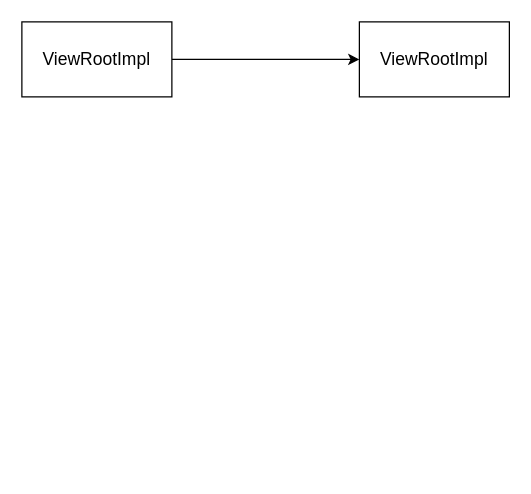
Earlier version of the draw.io diagram TestDiagram.drawio (xianzhu21/draw.io). Source tidied: cells renumbered, new cells numbered last; positions are measured from the earlier drawing's top-left corner, leaving out a move shared by most shapes. Both pictures are drawn from the tidied source at 125%, with x=0, y=0 at pixel (21, 21).
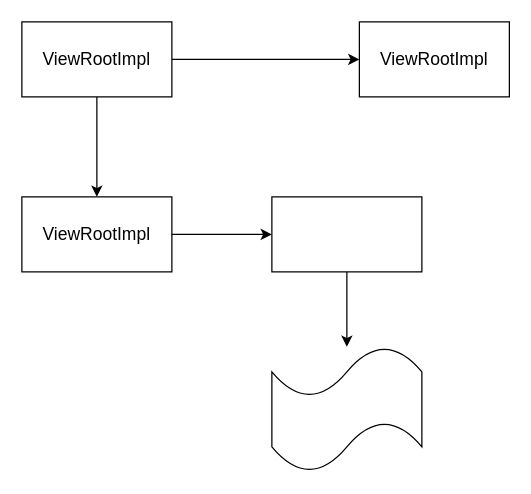
The same page after the edit.

What changed in the source:
```diff
@@
 <mxGraphModel>
   <root>
     <mxCell id="0" />
     <mxCell id="1" parent="0" />
     <mxCell id="2" style="edgeStyle=orthogonalEdgeStyle;rounded=0;jettySize=auto;html=1;" parent="1" edge="1" source="3" target="4">
       <mxGeometry relative="1" as="geometry" />
     </mxCell>
+    <mxCell id="5" style="edgeStyle=orthogonalEdgeStyle;rounded=0;jettySize=auto;html=1;" parent="1" edge="1" source="3" target="7">
+      <mxGeometry relative="1" as="geometry" />
+    </mxCell>
     <mxCell id="3" value="&lt;font style=&quot;font-size: 14px;&quot;&gt;ViewRootImpl&lt;/font&gt;" style="rounded=0;whiteSpace=wrap;html=1;" parent="1" vertex="1">
       <mxGeometry width="120" height="60" as="geometry" />
     </mxCell>
     <mxCell id="4" value="&lt;font style=&quot;font-size: 14px;&quot;&gt;ViewRootImpl&lt;/font&gt;" style="rounded=0;whiteSpace=wrap;html=1;" parent="1" vertex="1">
       <mxGeometry x="270" width="120" height="60" as="geometry" />
     </mxCell>
+    <mxCell id="6" style="edgeStyle=orthogonalEdgeStyle;rounded=0;jettySize=auto;html=1;" parent="1" edge="1" source="7" target="9">
+      <mxGeometry relative="1" as="geometry" />
+    </mxCell>
+    <mxCell id="7" value="&lt;font style=&quot;font-size: 14px;&quot;&gt;ViewRootImpl&lt;/font&gt;" style="rounded=0;whiteSpace=wrap;html=1;" parent="1" vertex="1">
+      <mxGeometry y="140" width="120" height="60" as="geometry" />
+    </mxCell>
+    <mxCell id="8" style="edgeStyle=orthogonalEdgeStyle;rounded=0;jettySize=auto;html=1;" parent="1" edge="1" source="9" target="10">
+      <mxGeometry relative="1" as="geometry" />
+    </mxCell>
+    <mxCell id="9" style="whiteSpace=wrap;html=1;rounded=0;" parent="1" vertex="1">
+      <mxGeometry x="200" y="140" width="120" height="60" as="geometry" />
+    </mxCell>
+    <mxCell id="10" style="shape=tape;whiteSpace=wrap;html=1;rounded=0;" parent="1" vertex="1">
+      <mxGeometry x="200" y="260" width="120" height="100" as="geometry" />
+    </mxCell>
   </root>
 </mxGraphModel>
```
